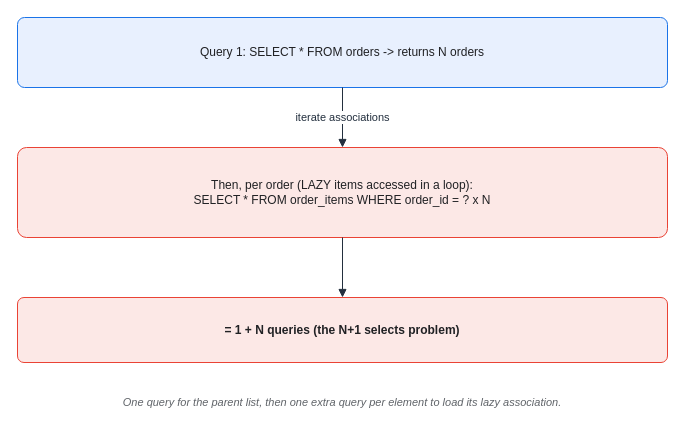
Above: assets/img/spring/spring-19-n-plus-1.drawio in KKamJi98/kkamji98.github.io (draw.io), before the change. Source tidied: cells renumbered, new cells numbered last; positions are measured from the earlier drawing's top-left corner, leaving out a move shared by most shapes. Both pictures are drawn from the tidied source at 100%, with x=0, y=0 at pixel (17, 17).
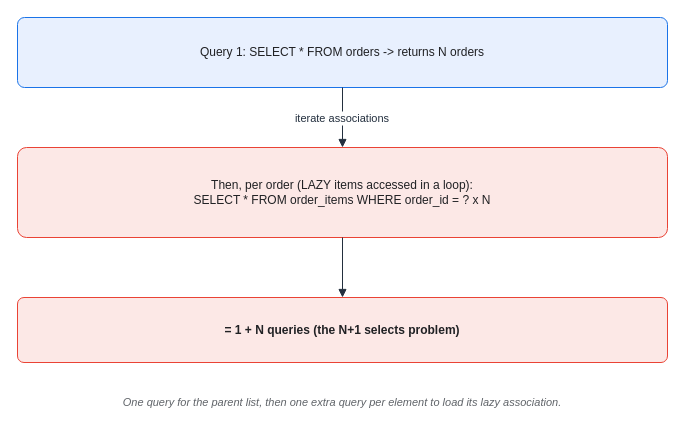
The same diagram, later.

Change to the diagram source:
```diff
@@
 <mxGraphModel background="#FFFFFF">
   <root>
     <mxCell id="0" />
     <mxCell id="1" parent="0" />
     <mxCell id="2" value="Query 1:  SELECT * FROM orders   -&gt;   returns N orders" style="rounded=1;whiteSpace=wrap;html=1;arcSize=10;shadow=0;fillColor=#E8F0FE;strokeColor=#1A73E8;fontColor=#202124;" parent="1" vertex="1">
       <mxGeometry width="650" height="70" as="geometry" />
     </mxCell>
     <mxCell id="3" value="Then, per order (LAZY items accessed in a loop):&#10;SELECT * FROM order_items WHERE order_id = ?   x N" style="rounded=1;whiteSpace=wrap;html=1;arcSize=10;shadow=0;fillColor=#FCE8E6;strokeColor=#EA4335;fontColor=#202124;" parent="1" vertex="1">
       <mxGeometry y="130" width="650" height="90" as="geometry" />
     </mxCell>
     <mxCell id="4" value="= 1 + N queries  (the N+1 selects problem)" style="rounded=1;whiteSpace=wrap;html=1;arcSize=10;shadow=0;fillColor=#FCE8E6;strokeColor=#EA4335;fontColor=#202124;fontStyle=1;" parent="1" vertex="1">
       <mxGeometry y="280" width="650" height="65" as="geometry" />
     </mxCell>
-    <mxCell id="5" value="iterate associations" style="edgeStyle=orthogonalEdgeStyle;rounded=1;html=1;endArrow=block;strokeColor=#232F3E;fontColor=#232F3E;labelBackgroundColor=#FFFFFF;" parent="1" edge="1" source="2" target="3">
+    <mxCell id="5" value="iterate associations" style="edgeStyle=orthogonalEdgeStyle;rounded=1;html=0;endArrow=block;strokeColor=#232F3E;fontColor=#232F3E;labelBackgroundColor=#FFFFFF;" parent="1" edge="1" source="2" target="3">
       <mxGeometry relative="1" as="geometry" />
     </mxCell>
     <mxCell id="6" style="edgeStyle=orthogonalEdgeStyle;rounded=1;html=1;endArrow=block;strokeColor=#232F3E;" parent="1" edge="1" source="3" target="4">
       <mxGeometry relative="1" as="geometry" />
     </mxCell>
     <mxCell id="7" value="One query for the parent list, then one extra query per element to load its lazy association." style="text;html=1;align=center;verticalAlign=middle;whiteSpace=wrap;fontSize=11;fontColor=#5F6368;fontStyle=2;" parent="1" vertex="1">
       <mxGeometry y="370" width="650" height="30" as="geometry" />
     </mxCell>
   </root>
 </mxGraphModel>
```
